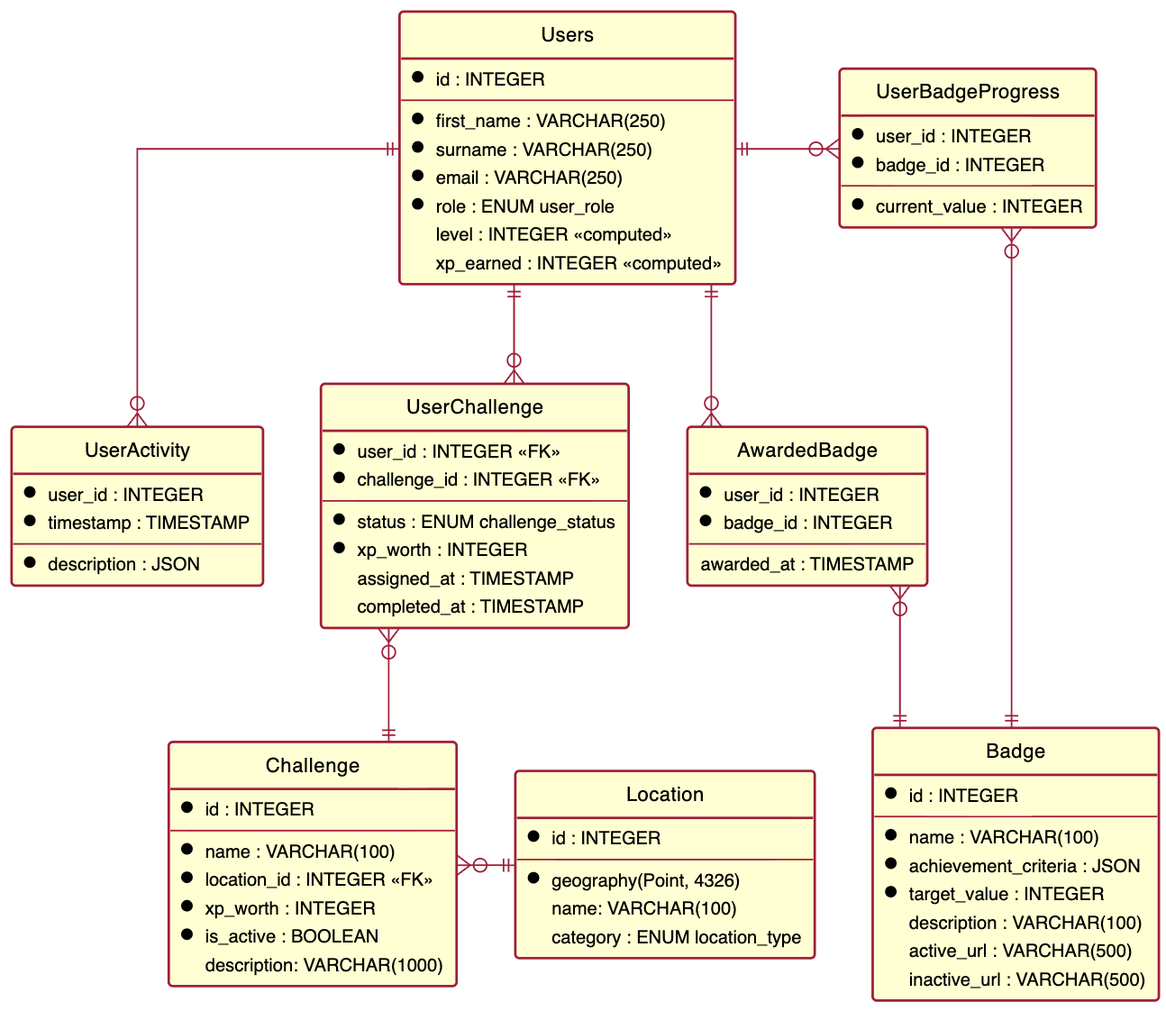
Earlier version of the PlantUML export diagrams/erd.png (UOA-CS732-S1-2026/group-project-shimmering-shrews). Its source is kept beside it as diagrams/erd.puml.
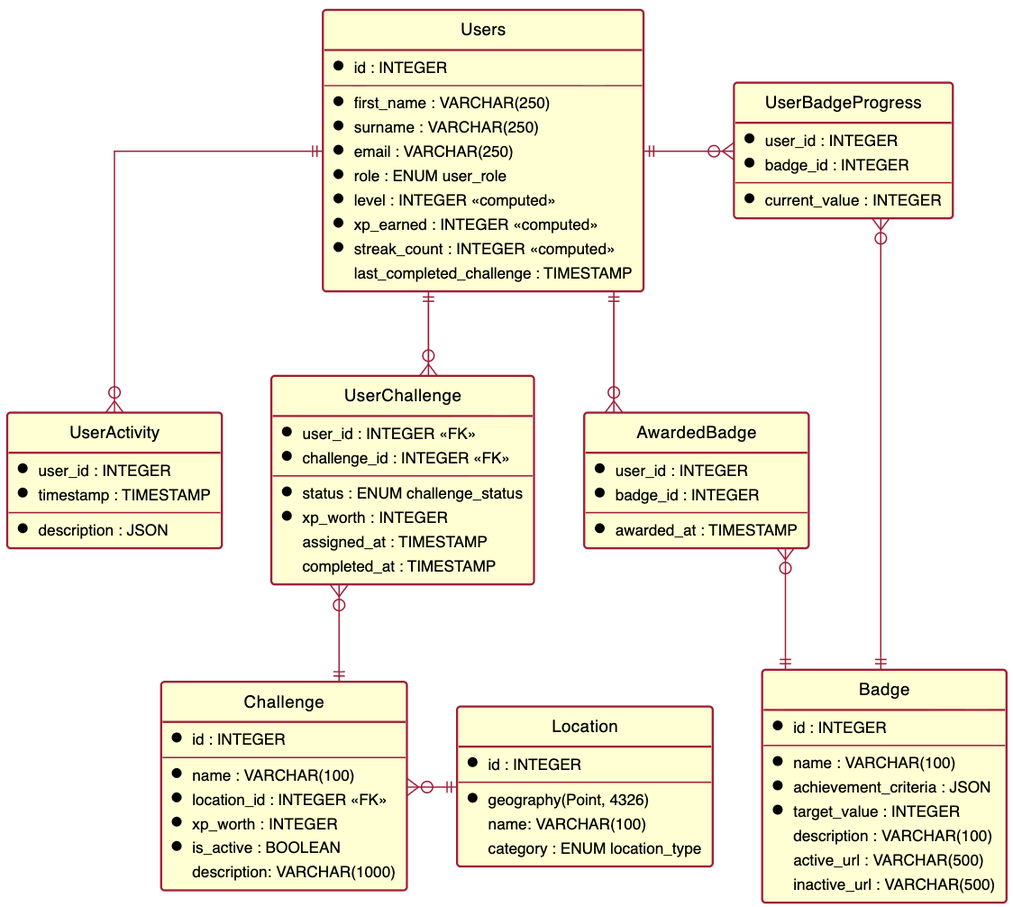
After the commit.

Commit message:
Update ERD for recording streaks

Cache date of challege completion to make streaks easier to calculate. References #1

What changed in the source:
```diff
@@ -13,8 +13,10 @@
   * surname : VARCHAR(250)
   * email : VARCHAR(250)
   * role : ENUM user_role
-  level : INTEGER <<computed>>
-  xp_earned : INTEGER <<computed>>
+  * level : INTEGER <<computed>>
+  * xp_earned : INTEGER <<computed>>
+  * streak_count : INTEGER <<computed>>
+  last_completed_challenge : TIMESTAMP
 }
 
 entity "Badge" as badge {
@@ -39,14 +41,14 @@
   * user_id : INTEGER
   * timestamp : TIMESTAMP
   --
-  *description : JSON
+  * description : JSON
 }
 
 entity "AwardedBadge" as awarded_badge {
   * user_id : INTEGER
   * badge_id : INTEGER
   --
-  awarded_at : TIMESTAMP
+  * awarded_at : TIMESTAMP
 }
 
 entity "UserChallenge" as user_challenge {
```
